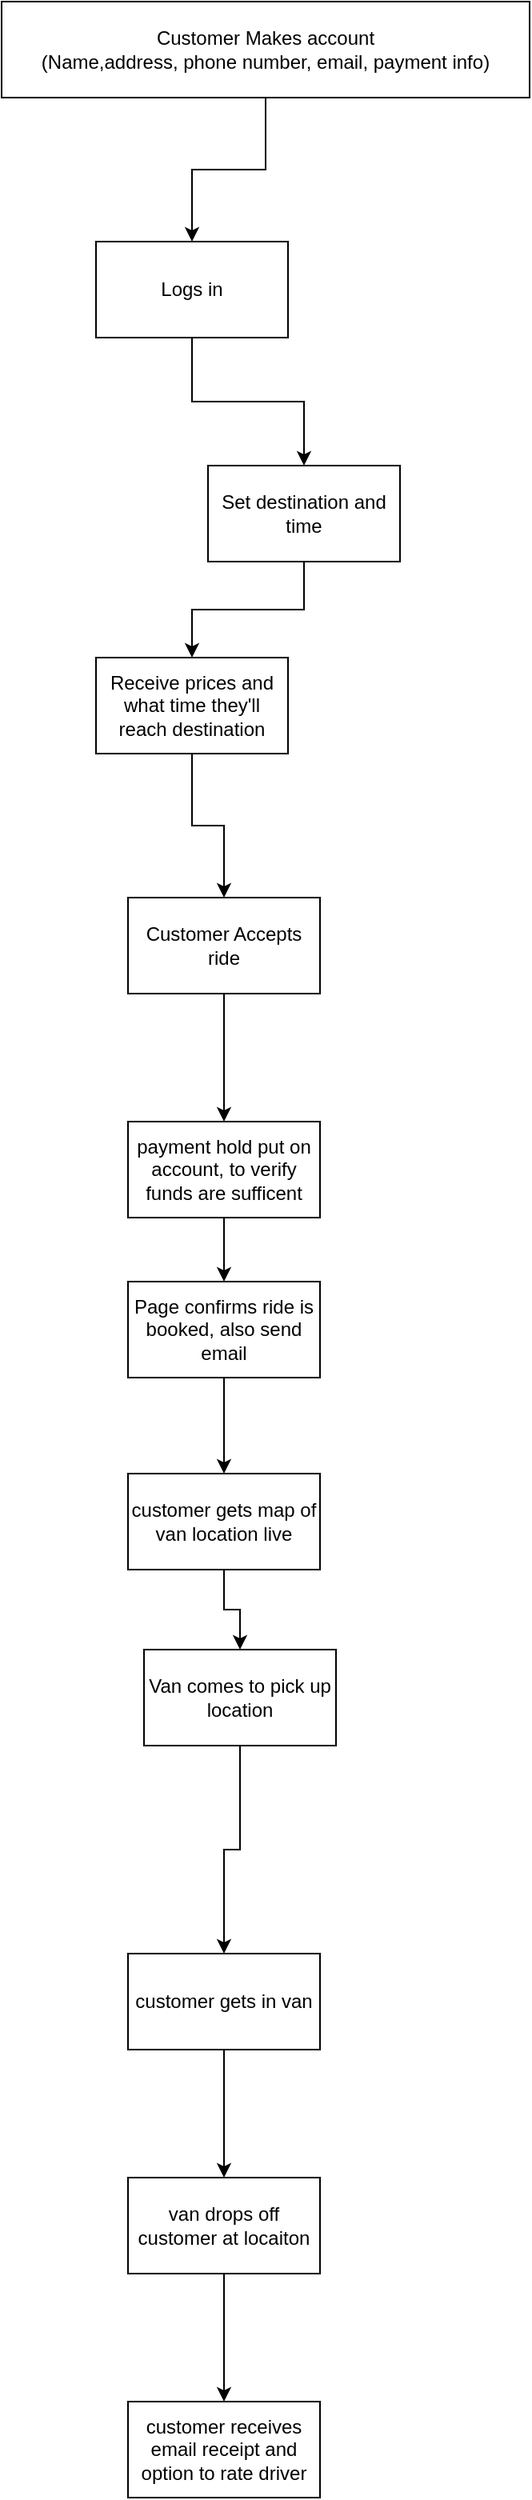
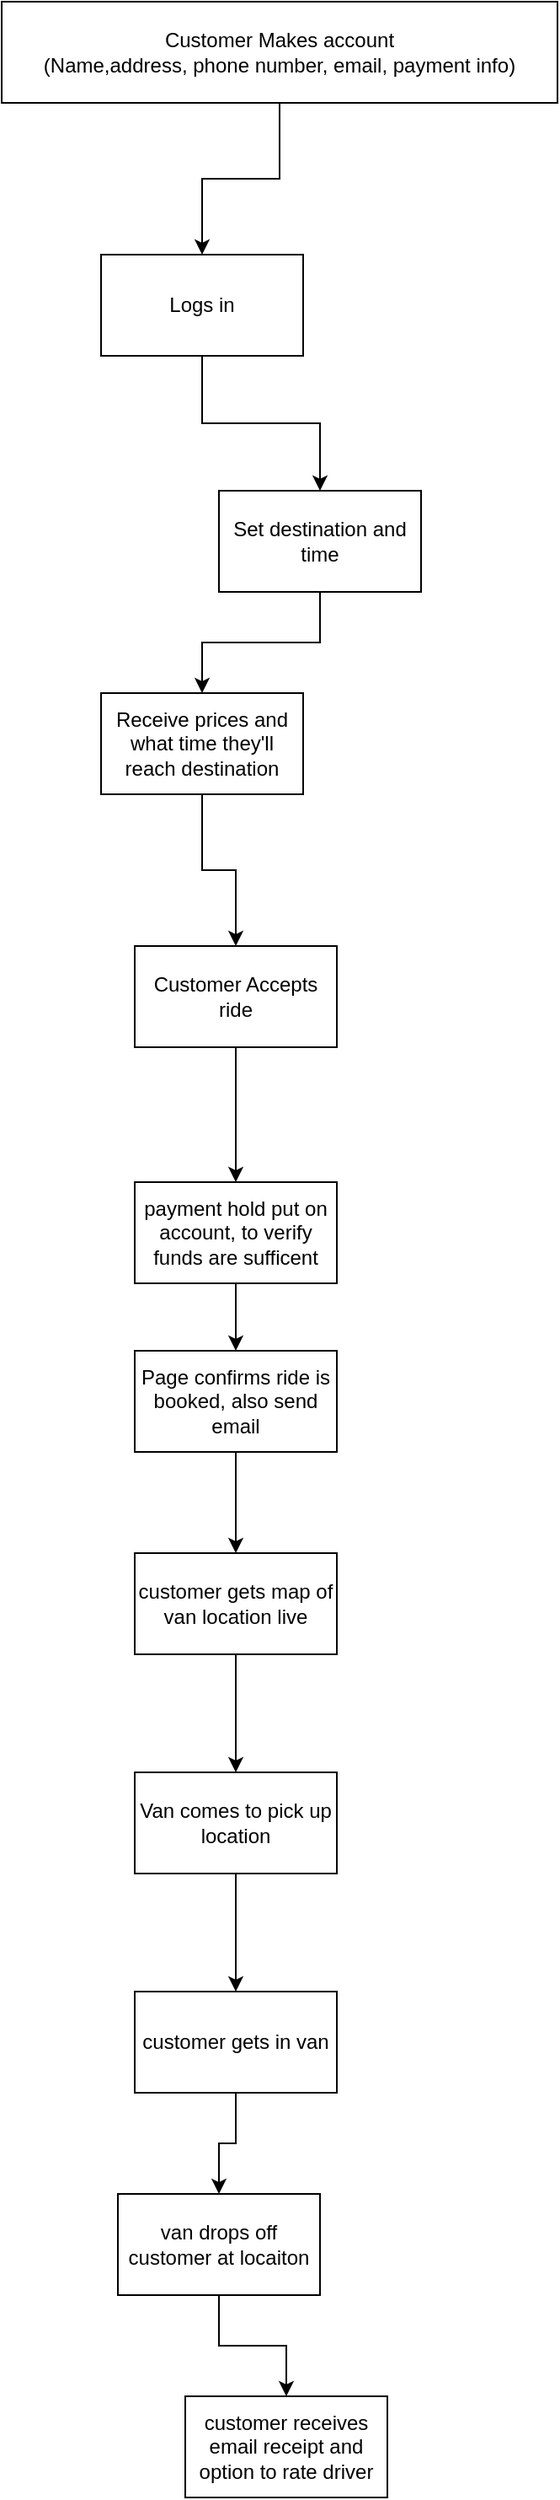
<mxfile host="app.diagrams.net">
  <diagram name="Page-1" id="Bky3vIHkDNee-CK2khSG">
    <mxGraphModel dx="867" dy="524" grid="1" gridSize="10" guides="1" tooltips="1" connect="1" arrows="1" fold="1" page="1" pageScale="1" pageWidth="850" pageHeight="1100" math="0" shadow="0">
      <root>
        <mxCell id="0" />
        <mxCell id="1" parent="0" />
        <mxCell id="30ajlJ3EDaKUPWSMpJR4-3" edge="1" parent="1" source="30ajlJ3EDaKUPWSMpJR4-1" style="edgeStyle=orthogonalEdgeStyle;rounded=0;orthogonalLoop=1;jettySize=auto;html=1;" target="30ajlJ3EDaKUPWSMpJR4-2" value="">
          <mxGeometry relative="1" as="geometry" />
        </mxCell>
        <mxCell id="30ajlJ3EDaKUPWSMpJR4-1" parent="1" style="rounded=0;whiteSpace=wrap;html=1;" value="&lt;div&gt;Customer Makes account&lt;/div&gt;&lt;div&gt;(Name,address, phone number, email, payment info)&lt;/div&gt;" vertex="1">
          <mxGeometry height="60" width="330" x="181" y="80" as="geometry" />
        </mxCell>
        <mxCell id="30ajlJ3EDaKUPWSMpJR4-7" edge="1" parent="1" source="30ajlJ3EDaKUPWSMpJR4-2" style="edgeStyle=orthogonalEdgeStyle;rounded=0;orthogonalLoop=1;jettySize=auto;html=1;" target="30ajlJ3EDaKUPWSMpJR4-6" value="">
          <mxGeometry relative="1" as="geometry" />
        </mxCell>
        <mxCell id="30ajlJ3EDaKUPWSMpJR4-2" parent="1" style="rounded=0;whiteSpace=wrap;html=1;" value="Logs in" vertex="1">
          <mxGeometry height="60" width="120" x="240" y="230" as="geometry" />
        </mxCell>
        <mxCell id="30ajlJ3EDaKUPWSMpJR4-9" edge="1" parent="1" source="30ajlJ3EDaKUPWSMpJR4-6" style="edgeStyle=orthogonalEdgeStyle;rounded=0;orthogonalLoop=1;jettySize=auto;html=1;" target="30ajlJ3EDaKUPWSMpJR4-8" value="">
          <mxGeometry relative="1" as="geometry" />
        </mxCell>
        <mxCell id="30ajlJ3EDaKUPWSMpJR4-6" parent="1" style="whiteSpace=wrap;html=1;rounded=0;" value="Set destination and time" vertex="1">
          <mxGeometry height="60" width="120" x="310" y="370" as="geometry" />
        </mxCell>
        <mxCell id="30ajlJ3EDaKUPWSMpJR4-11" edge="1" parent="1" source="30ajlJ3EDaKUPWSMpJR4-8" style="edgeStyle=orthogonalEdgeStyle;rounded=0;orthogonalLoop=1;jettySize=auto;html=1;" target="30ajlJ3EDaKUPWSMpJR4-10" value="">
          <mxGeometry relative="1" as="geometry" />
        </mxCell>
        <mxCell id="30ajlJ3EDaKUPWSMpJR4-8" parent="1" style="whiteSpace=wrap;html=1;rounded=0;" value="Receive prices and what time they&#39;ll reach destination" vertex="1">
          <mxGeometry height="60" width="120" x="240" y="490" as="geometry" />
        </mxCell>
        <mxCell id="DS2oXUw7azX62f7Z7U9n-2" edge="1" parent="1" source="30ajlJ3EDaKUPWSMpJR4-10" style="edgeStyle=orthogonalEdgeStyle;rounded=0;orthogonalLoop=1;jettySize=auto;html=1;" target="DS2oXUw7azX62f7Z7U9n-1" value="">
          <mxGeometry relative="1" as="geometry" />
        </mxCell>
        <mxCell id="30ajlJ3EDaKUPWSMpJR4-10" parent="1" style="whiteSpace=wrap;html=1;rounded=0;" value="Customer Accepts ride" vertex="1">
          <mxGeometry height="60" width="120" x="260" y="640" as="geometry" />
        </mxCell>
        <mxCell id="DS2oXUw7azX62f7Z7U9n-8" edge="1" parent="1" source="30ajlJ3EDaKUPWSMpJR4-12" style="edgeStyle=orthogonalEdgeStyle;rounded=0;orthogonalLoop=1;jettySize=auto;html=1;exitX=0.5;exitY=1;exitDx=0;exitDy=0;" target="30ajlJ3EDaKUPWSMpJR4-17">
          <mxGeometry relative="1" as="geometry" />
        </mxCell>
        <mxCell id="30ajlJ3EDaKUPWSMpJR4-12" parent="1" style="whiteSpace=wrap;html=1;rounded=0;" value="customer gets map of van location live" vertex="1">
          <mxGeometry height="60" width="120" x="260" y="1000" as="geometry" />
        </mxCell>
        <mxCell id="30ajlJ3EDaKUPWSMpJR4-19" edge="1" parent="1" source="30ajlJ3EDaKUPWSMpJR4-17" style="edgeStyle=orthogonalEdgeStyle;rounded=0;orthogonalLoop=1;jettySize=auto;html=1;" target="30ajlJ3EDaKUPWSMpJR4-18" value="">
          <mxGeometry relative="1" as="geometry" />
        </mxCell>
        <mxCell id="30ajlJ3EDaKUPWSMpJR4-17" parent="1" style="rounded=0;whiteSpace=wrap;html=1;" value="Van comes to pick up location" vertex="1">
-           <mxGeometry height="60" width="120" x="270" y="1110" as="geometry" />
+           <mxGeometry height="60" width="120" x="260" y="1130" as="geometry" />
        </mxCell>
        <mxCell id="30ajlJ3EDaKUPWSMpJR4-21" edge="1" parent="1" source="30ajlJ3EDaKUPWSMpJR4-18" style="edgeStyle=orthogonalEdgeStyle;rounded=0;orthogonalLoop=1;jettySize=auto;html=1;" target="30ajlJ3EDaKUPWSMpJR4-20" value="">
          <mxGeometry relative="1" as="geometry" />
        </mxCell>
        <mxCell id="30ajlJ3EDaKUPWSMpJR4-18" parent="1" style="rounded=0;whiteSpace=wrap;html=1;" value="customer gets in van" vertex="1">
-           <mxGeometry height="60" width="120" x="260" y="1300" as="geometry" />
+           <mxGeometry height="60" width="120" x="260" y="1260" as="geometry" />
        </mxCell>
        <mxCell id="30ajlJ3EDaKUPWSMpJR4-23" edge="1" parent="1" source="30ajlJ3EDaKUPWSMpJR4-20" style="edgeStyle=orthogonalEdgeStyle;rounded=0;orthogonalLoop=1;jettySize=auto;html=1;" target="30ajlJ3EDaKUPWSMpJR4-22" value="">
          <mxGeometry relative="1" as="geometry" />
        </mxCell>
        <mxCell id="30ajlJ3EDaKUPWSMpJR4-20" parent="1" style="rounded=0;whiteSpace=wrap;html=1;" value="van drops off customer at locaiton" vertex="1">
-           <mxGeometry height="60" width="120" x="260" y="1440" as="geometry" />
+           <mxGeometry height="60" width="120" x="250" y="1380" as="geometry" />
        </mxCell>
        <mxCell id="30ajlJ3EDaKUPWSMpJR4-22" parent="1" style="rounded=0;whiteSpace=wrap;html=1;" value="customer receives email receipt and option to rate driver" vertex="1">
-           <mxGeometry height="60" width="120" x="260" y="1580" as="geometry" />
+           <mxGeometry height="60" width="120" x="290" y="1500" as="geometry" />
        </mxCell>
        <mxCell id="DS2oXUw7azX62f7Z7U9n-7" edge="1" parent="1" source="30ajlJ3EDaKUPWSMpJR4-27" style="edgeStyle=orthogonalEdgeStyle;rounded=0;orthogonalLoop=1;jettySize=auto;html=1;exitX=0.5;exitY=1;exitDx=0;exitDy=0;entryX=0.5;entryY=0;entryDx=0;entryDy=0;" target="30ajlJ3EDaKUPWSMpJR4-12">
          <mxGeometry relative="1" as="geometry" />
        </mxCell>
        <mxCell id="30ajlJ3EDaKUPWSMpJR4-27" parent="1" style="whiteSpace=wrap;html=1;rounded=0;" value="Page confirms ride is booked, also send email" vertex="1">
          <mxGeometry height="60" width="120" x="260" y="880" as="geometry" />
        </mxCell>
        <mxCell id="DS2oXUw7azX62f7Z7U9n-6" edge="1" parent="1" source="DS2oXUw7azX62f7Z7U9n-1" style="edgeStyle=orthogonalEdgeStyle;rounded=0;orthogonalLoop=1;jettySize=auto;html=1;exitX=0.5;exitY=1;exitDx=0;exitDy=0;entryX=0.5;entryY=0;entryDx=0;entryDy=0;" target="30ajlJ3EDaKUPWSMpJR4-27">
          <mxGeometry relative="1" as="geometry" />
        </mxCell>
        <mxCell id="DS2oXUw7azX62f7Z7U9n-1" parent="1" style="whiteSpace=wrap;html=1;rounded=0;" value="payment hold put on account, to verify funds are sufficent" vertex="1">
          <mxGeometry height="60" width="120" x="260" y="780" as="geometry" />
        </mxCell>
      </root>
    </mxGraphModel>
  </diagram>
</mxfile>
